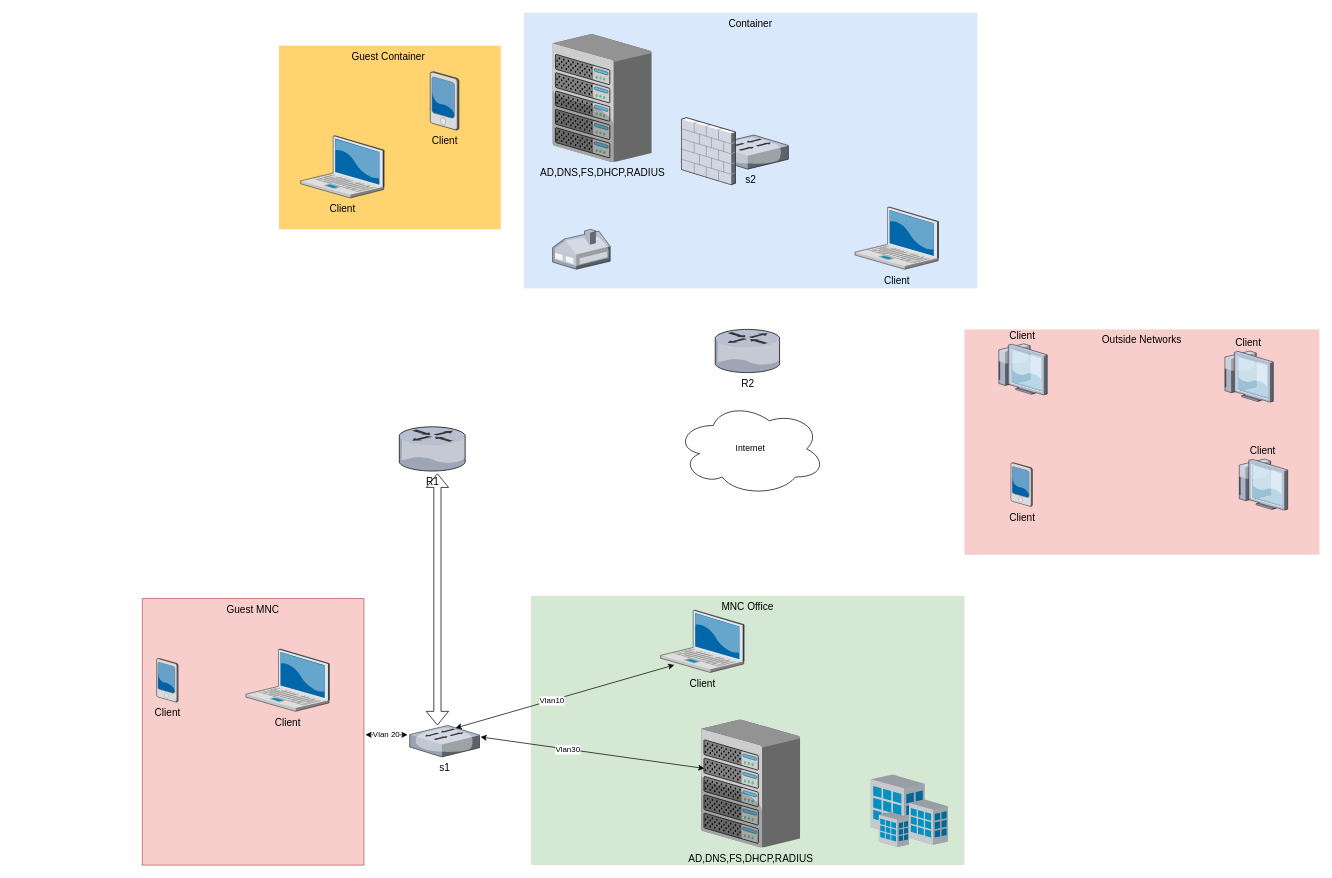
This is Untitled Diagram.drawio from Myfasa/tablitsa-iqos, a draw.io file, before an edit. Source tidied: cells renumbered, new cells numbered last; positions are measured from the earlier drawing's top-left corner, leaving out a move shared by most shapes. Both pictures are drawn from the tidied source at 72%, with x=0, y=0 at pixel (142, 12).
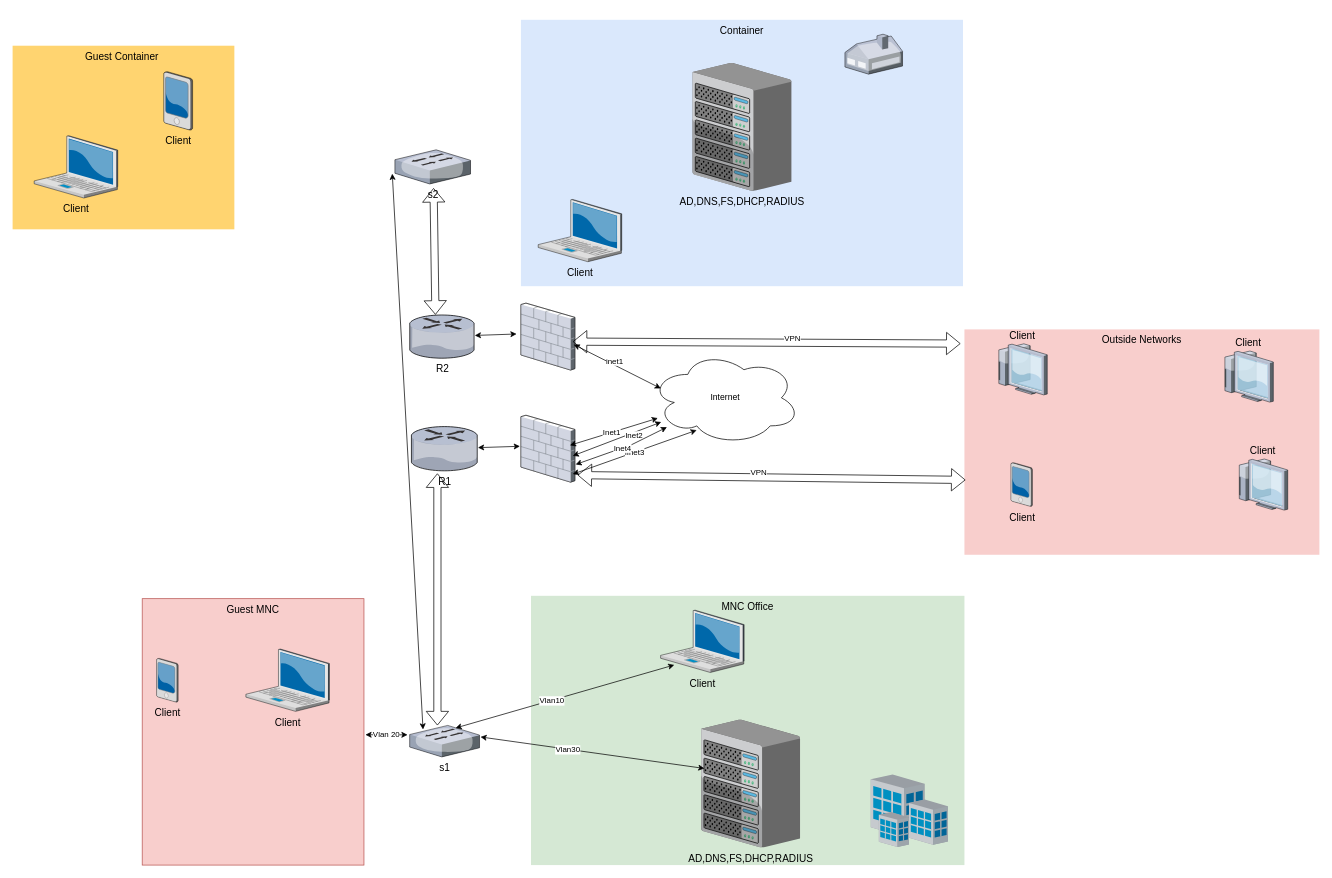
After the change.

The change refers to these unchanged cells:
```xml
<mxCell id="6" value="Outside Networks" style="whiteSpace=wrap;html=1;fillColor=#f8cecc;fontSize=14;strokeColor=none;verticalAlign=top;" parent="1" vertex="1">
  <mxGeometry x="1142" y="440" width="493" height="313" as="geometry" />
</mxCell>
<mxCell id="16" value="s1" style="verticalLabelPosition=bottom;html=1;verticalAlign=top;strokeColor=none;shape=mxgraph.citrix.switch;fillColor=#66B2FF;gradientColor=#0066CC;fontSize=14;" parent="1" vertex="1">
  <mxGeometry x="371.5" y="990" width="97" height="43.8" as="geometry" />
</mxCell>
```

Change to the diagram source:
```diff
@@
     <mxCell id="2" value="R2" style="verticalLabelPosition=bottom;html=1;verticalAlign=top;strokeColor=none;shape=mxgraph.citrix.router;fillColor=#66B2FF;gradientColor=#0066CC;fontSize=14;" parent="1" vertex="1">
-      <mxGeometry x="795.8" y="440" width="90.4" height="60" as="geometry" />
+      <mxGeometry x="371.5" y="420" width="90.4" height="60" as="geometry" />
     </mxCell>
@@
     <mxCell id="10" value="Container" style="whiteSpace=wrap;html=1;fillColor=#dae8fc;fontSize=14;strokeColor=none;verticalAlign=top;" parent="1" vertex="1">
-      <mxGeometry x="530" width="630" height="383" as="geometry" />
+      <mxGeometry x="526" y="10" width="614" height="370" as="geometry" />
     </mxCell>
     <mxCell id="11" value="Client" style="verticalLabelPosition=bottom;html=1;verticalAlign=top;strokeColor=none;shape=mxgraph.citrix.laptop_2;fillColor=#66B2FF;gradientColor=#0066CC;fontSize=14;" parent="1" vertex="1">
-      <mxGeometry x="990" y="270" width="116" height="86.5" as="geometry" />
+      <mxGeometry x="550" y="259.5" width="116" height="86.5" as="geometry" />
     </mxCell>
     <mxCell id="12" style="verticalLabelPosition=bottom;html=1;verticalAlign=top;strokeColor=none;shape=mxgraph.citrix.home_office;fillColor=#66B2FF;gradientColor=#0066CC;fontSize=14;" parent="1" vertex="1">
-      <mxGeometry x="570" y="301" width="80" height="55.5" as="geometry" />
+      <mxGeometry x="976" y="30" width="80" height="55.5" as="geometry" />
     </mxCell>
     <mxCell id="13" value="s2" style="verticalLabelPosition=bottom;html=1;verticalAlign=top;strokeColor=none;shape=mxgraph.citrix.switch;fillColor=#66B2FF;gradientColor=#0066CC;fontSize=14;" parent="1" vertex="1">
-      <mxGeometry x="792.5" y="170" width="105" height="47.4" as="geometry" />
+      <mxGeometry x="351" y="190.6" width="105" height="47.4" as="geometry" />
     </mxCell>
     <mxCell id="14" value="R1" style="verticalLabelPosition=bottom;html=1;verticalAlign=top;strokeColor=none;shape=mxgraph.citrix.router;fillColor=#66B2FF;gradientColor=#0066CC;fontSize=14;" parent="1" vertex="1">
-      <mxGeometry x="357" y="575.3" width="92.5" height="61.4" as="geometry" />
+      <mxGeometry x="373.8" y="575" width="92.5" height="61.4" as="geometry" />
     </mxCell>
     <mxCell id="15" value="Internet" style="ellipse;shape=cloud;whiteSpace=wrap;html=1;align=center;" parent="1" vertex="1">
-      <mxGeometry x="741" y="541" width="208" height="130" as="geometry" />
+      <mxGeometry x="705.8" y="470" width="208" height="130" as="geometry" />
     </mxCell>
@@
     <mxCell id="17" value="AD,DNS,FS,DHCP,RADIUS" style="verticalLabelPosition=bottom;html=1;verticalAlign=top;strokeColor=none;shape=mxgraph.citrix.chassis;fillColor=#66B2FF;gradientColor=#0066CC;fontSize=14;" parent="1" vertex="1">
-      <mxGeometry x="570" y="30" width="137.5" height="177.5" as="geometry" />
+      <mxGeometry x="764.2" y="70" width="137.5" height="177.5" as="geometry" />
     </mxCell>
     <mxCell id="18" value="Guest Container&amp;nbsp;" style="whiteSpace=wrap;html=1;fillColor=#FFD470;gradientColor=none;fontSize=14;strokeColor=none;verticalAlign=top;" parent="1" vertex="1">
-      <mxGeometry x="190" y="46" width="308" height="255" as="geometry" />
+      <mxGeometry x="-180" y="46" width="308" height="255" as="geometry" />
     </mxCell>
     <mxCell id="19" value="Client" style="verticalLabelPosition=bottom;html=1;verticalAlign=top;strokeColor=none;shape=mxgraph.citrix.pda;fillColor=#66B2FF;gradientColor=#0066CC;fontSize=14;" parent="1" vertex="1">
-      <mxGeometry x="400" y="82" width="40" height="81.3" as="geometry" />
+      <mxGeometry x="30" y="82" width="40" height="81.3" as="geometry" />
     </mxCell>
     <mxCell id="20" value="Client" style="verticalLabelPosition=bottom;html=1;verticalAlign=top;strokeColor=none;shape=mxgraph.citrix.laptop_2;fillColor=#66B2FF;gradientColor=#0066CC;fontSize=14;" parent="1" vertex="1">
-      <mxGeometry x="220" y="171" width="116" height="86.5" as="geometry" />
+      <mxGeometry x="-150" y="171" width="116" height="86.5" as="geometry" />
     </mxCell>
@@
     <mxCell id="32" style="verticalLabelPosition=bottom;html=1;verticalAlign=top;strokeColor=none;shape=mxgraph.citrix.firewall;fillColor=#66B2FF;gradientColor=#0066CC;fontSize=14;" parent="1" vertex="1">
-      <mxGeometry x="749" y="146" width="75" height="93" as="geometry" />
+      <mxGeometry x="526" y="403.5" width="75" height="93" as="geometry" />
     </mxCell>
+    <mxCell id="33" style="verticalLabelPosition=bottom;html=1;verticalAlign=top;strokeColor=none;shape=mxgraph.citrix.firewall;fillColor=#66B2FF;gradientColor=#0066CC;fontSize=14;" parent="1" vertex="1">
+      <mxGeometry x="526" y="559.2" width="75" height="93" as="geometry" />
+    </mxCell>
+    <mxCell id="34" style="endArrow=classic;startArrow=classic;html=1;rounded=0;entryX=-0.018;entryY=0.464;entryDx=0;entryDy=0;entryPerimeter=0;" parent="1" edge="1" source="14" target="33">
+      <mxGeometry relative="1" as="geometry" />
+    </mxCell>
+    <mxCell id="35" style="shape=flexArrow;endArrow=classic;startArrow=classic;html=1;rounded=0;entryX=0.511;entryY=1.121;entryDx=0;entryDy=0;entryPerimeter=0;exitX=0.396;exitY=-0.006;exitDx=0;exitDy=0;exitPerimeter=0;" parent="1" edge="1" source="2" target="13">
+      <mxGeometry relative="1" as="geometry" />
+    </mxCell>
+    <mxCell id="36" style="endArrow=classic;startArrow=classic;html=1;rounded=0;entryX=-0.08;entryY=0.461;entryDx=0;entryDy=0;entryPerimeter=0;" parent="1" edge="1" source="2" target="32">
+      <mxGeometry relative="1" as="geometry" />
+    </mxCell>
+    <mxCell id="37" style="endArrow=classic;startArrow=classic;html=1;rounded=0;entryX=-0.035;entryY=0.699;entryDx=0;entryDy=0;entryPerimeter=0;exitX=0.191;exitY=0.129;exitDx=0;exitDy=0;exitPerimeter=0;" parent="1" edge="1" source="16" target="13">
+      <mxGeometry relative="1" as="geometry" />
+    </mxCell>
+    <mxCell id="38" style="endArrow=classic;startArrow=classic;html=1;rounded=0;exitX=0.96;exitY=0.607;exitDx=0;exitDy=0;exitPerimeter=0;" parent="1" edge="1" source="33" target="15">
+      <mxGeometry relative="1" as="geometry" />
+    </mxCell>
+    <mxCell id="39" value="Inet2" style="edgeLabel;html=1;align=center;verticalAlign=middle;" parent="38" vertex="1">
+      <mxGeometry x="0.35" y="-4" relative="1" as="geometry" />
+    </mxCell>
+    <mxCell id="40" style="endArrow=classic;startArrow=classic;html=1;rounded=0;entryX=0.07;entryY=0.4;entryDx=0;entryDy=0;entryPerimeter=0;exitX=0.978;exitY=0.618;exitDx=0;exitDy=0;exitPerimeter=0;" parent="1" edge="1" source="32" target="15">
+      <mxGeometry relative="1" as="geometry" />
+    </mxCell>
+    <mxCell id="41" value="inet1" style="edgeLabel;html=1;align=center;verticalAlign=middle;" parent="40" vertex="1">
+      <mxGeometry x="-0.11" y="5" relative="1" as="geometry" />
+    </mxCell>
+    <mxCell id="42" style="shape=flexArrow;endArrow=classic;startArrow=classic;html=1;rounded=0;entryX=0.003;entryY=0.668;entryDx=0;entryDy=0;entryPerimeter=0;exitX=1.049;exitY=0.894;exitDx=0;exitDy=0;exitPerimeter=0;" parent="1" edge="1" source="33" target="6">
+      <mxGeometry relative="1" as="geometry" />
+    </mxCell>
+    <mxCell id="43" value="VPN" style="edgeLabel;html=1;align=center;verticalAlign=middle;" parent="42" vertex="1">
+      <mxGeometry x="-0.07" y="7" relative="1" as="geometry" />
+    </mxCell>
+    <mxCell id="44" style="shape=flexArrow;endArrow=classic;startArrow=classic;html=1;rounded=0;entryX=-0.011;entryY=0.063;entryDx=0;entryDy=0;entryPerimeter=0;exitX=0.96;exitY=0.575;exitDx=0;exitDy=0;exitPerimeter=0;" parent="1" edge="1" source="32" target="6">
+      <mxGeometry relative="1" as="geometry" />
+    </mxCell>
+    <mxCell id="45" value="VPN" style="edgeLabel;html=1;align=center;verticalAlign=middle;" parent="44" vertex="1">
+      <mxGeometry x="0.13" y="7" relative="1" as="geometry" />
+    </mxCell>
+    <mxCell id="46" style="endArrow=classic;startArrow=classic;html=1;rounded=0;exitX=0.907;exitY=0.449;exitDx=0;exitDy=0;exitPerimeter=0;" parent="1" edge="1" source="33" target="15">
+      <mxGeometry relative="1" as="geometry" />
+    </mxCell>
+    <mxCell id="47" value="Inet1" style="edgeLabel;html=1;align=center;verticalAlign=middle;" parent="46" vertex="1">
+      <mxGeometry x="-0.06" y="1" relative="1" as="geometry" />
+    </mxCell>
+    <mxCell id="48" value="iInet3" style="endArrow=classic;startArrow=classic;html=1;rounded=0;entryX=0.309;entryY=0.846;entryDx=0;entryDy=0;entryPerimeter=0;exitX=0.96;exitY=0.88;exitDx=0;exitDy=0;exitPerimeter=0;" parent="1" edge="1" source="33" target="15">
+      <mxGeometry relative="1" as="geometry" />
+    </mxCell>
+    <mxCell id="49" value="Inet4" style="endArrow=classic;startArrow=classic;html=1;rounded=0;exitX=1.013;exitY=0.736;exitDx=0;exitDy=0;exitPerimeter=0;" parent="1" edge="1" source="33" target="15">
+      <mxGeometry relative="1" as="geometry">
+        <Array as="points">
+          <mxPoint x="680" y="600" />
+        </Array>
+      </mxGeometry>
+    </mxCell>
```
